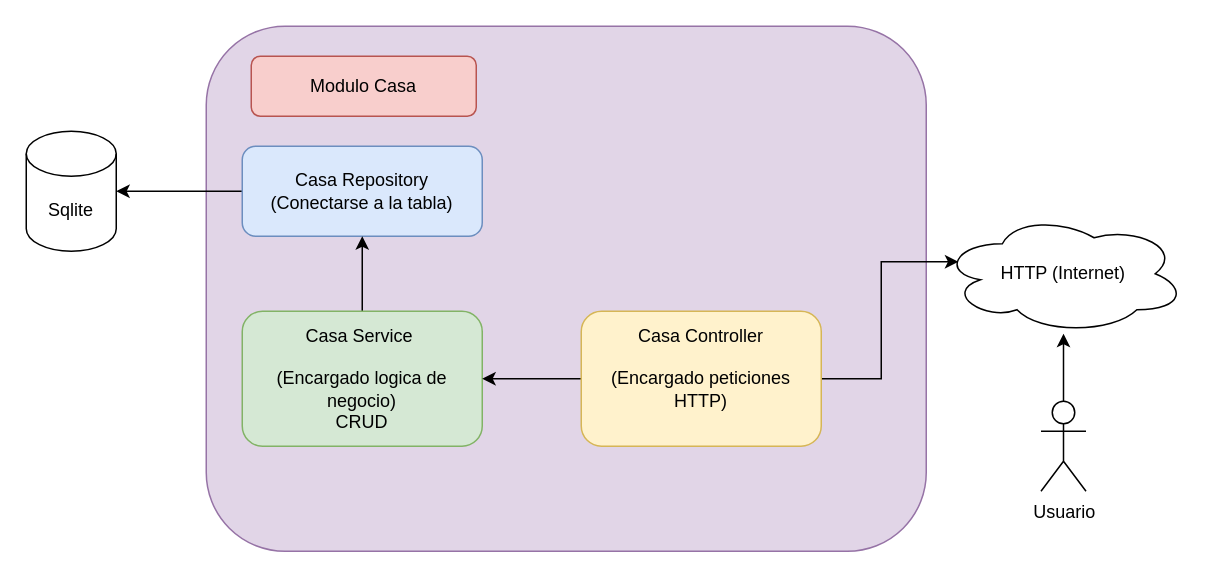
The draw.io diagram page "Página-3" (3 of 3) of web.drawio in 2025A-Web-SW-GR1/webswgr1-eguez-sarzosa-vicente-adrian, before the edit. Source tidied: cells renumbered, new cells numbered last; positions are measured from the earlier drawing's top-left corner, leaving out a move shared by most shapes. Both pictures are drawn from the tidied source at 150%, with x=0, y=0 at pixel (26, 26).
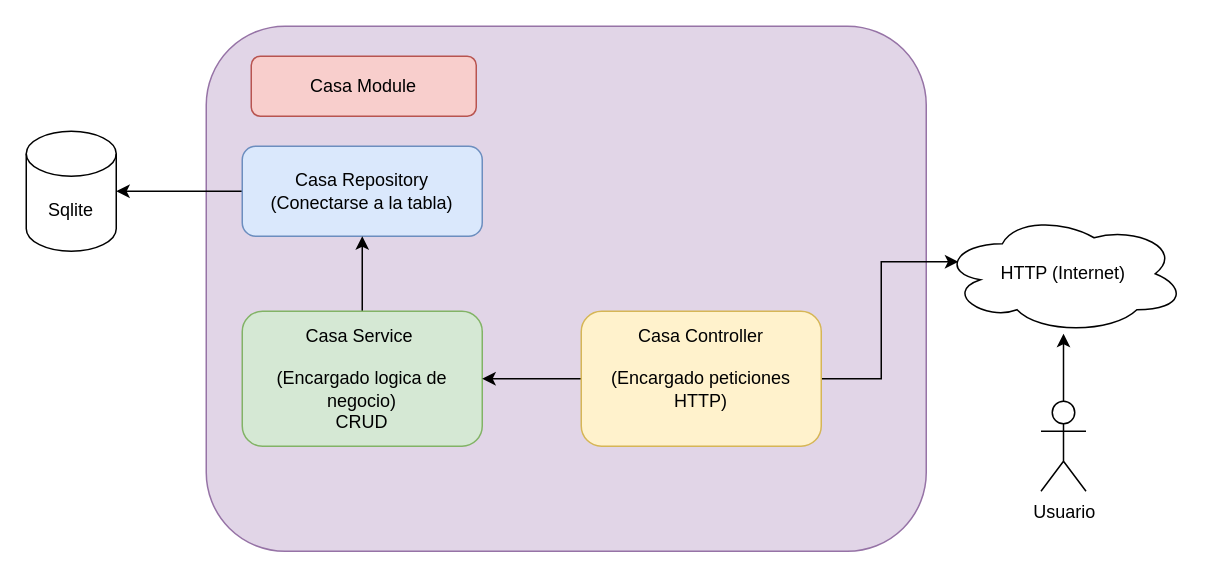
The same diagram, later.

Change to the diagram source:
```diff
@@
 <mxGraphModel>
   <root>
     <mxCell id="0" />
     <mxCell id="1" parent="0" />
     <mxCell id="2" style="rounded=1;whiteSpace=wrap;html=1;fillColor=#e1d5e7;strokeColor=#9673a6;" parent="1" vertex="1">
       <mxGeometry x="120" width="480" height="350" as="geometry" />
     </mxCell>
     <mxCell id="3" value="Sqlite" style="shape=cylinder3;whiteSpace=wrap;html=1;boundedLbl=1;backgroundOutline=1;size=15;" parent="1" vertex="1">
       <mxGeometry y="70" width="60" height="80" as="geometry" />
     </mxCell>
     <mxCell id="4" style="edgeStyle=orthogonalEdgeStyle;rounded=0;jettySize=auto;html=1;" parent="1" edge="1" source="5" target="3">
       <mxGeometry relative="1" as="geometry" />
     </mxCell>
     <mxCell id="5" value="Casa Repository&lt;br&gt;(Conectarse a la tabla)" style="rounded=1;whiteSpace=wrap;html=1;fillColor=#dae8fc;strokeColor=#6c8ebf;" parent="1" vertex="1">
       <mxGeometry x="144" y="80" width="160" height="60" as="geometry" />
     </mxCell>
     <mxCell id="6" style="edgeStyle=orthogonalEdgeStyle;rounded=0;jettySize=auto;html=1;entryX=0.5;entryY=1;entryDx=0;entryDy=0;" parent="1" edge="1" source="7" target="5">
       <mxGeometry relative="1" as="geometry" />
     </mxCell>
     <mxCell id="7" value="Casa Service&amp;nbsp;&lt;br&gt;&lt;br&gt;(Encargado logica de negocio)&lt;br&gt;CRUD" style="rounded=1;whiteSpace=wrap;html=1;fillColor=#d5e8d4;strokeColor=#82b366;" parent="1" vertex="1">
       <mxGeometry x="144" y="190" width="160" height="90" as="geometry" />
     </mxCell>
     <mxCell id="8" style="edgeStyle=orthogonalEdgeStyle;rounded=0;jettySize=auto;html=1;" parent="1" edge="1" source="10" target="7">
       <mxGeometry relative="1" as="geometry" />
     </mxCell>
     <mxCell id="9" style="edgeStyle=orthogonalEdgeStyle;rounded=0;jettySize=auto;html=1;entryX=0.07;entryY=0.4;entryDx=0;entryDy=0;entryPerimeter=0;" parent="1" edge="1" source="10" target="12">
       <mxGeometry relative="1" as="geometry" />
     </mxCell>
     <mxCell id="10" value="Casa Controller&lt;br&gt;&lt;br&gt;(Encargado peticiones HTTP)&lt;div&gt;&lt;br/&gt;&lt;/div&gt;" style="rounded=1;whiteSpace=wrap;html=1;fillColor=#fff2cc;strokeColor=#d6b656;" parent="1" vertex="1">
       <mxGeometry x="370" y="190" width="160" height="90" as="geometry" />
     </mxCell>
-    <mxCell id="11" value="Modulo Casa" style="rounded=1;whiteSpace=wrap;html=1;fillColor=#f8cecc;strokeColor=#b85450;" parent="1" vertex="1">
+    <mxCell id="11" value="Casa Module" style="rounded=1;whiteSpace=wrap;html=1;fillColor=#f8cecc;strokeColor=#b85450;" parent="1" vertex="1">
       <mxGeometry x="150" y="20" width="150" height="40" as="geometry" />
     </mxCell>
     <mxCell id="12" value="HTTP (Internet)" style="ellipse;shape=cloud;whiteSpace=wrap;html=1;" parent="1" vertex="1">
       <mxGeometry x="610" y="125" width="163" height="80" as="geometry" />
     </mxCell>
     <mxCell id="13" style="edgeStyle=orthogonalEdgeStyle;rounded=0;jettySize=auto;html=1;" parent="1" edge="1" source="14" target="12">
       <mxGeometry relative="1" as="geometry" />
     </mxCell>
     <mxCell id="14" value="Usuario" style="shape=umlActor;verticalLabelPosition=bottom;verticalAlign=top;html=1;outlineConnect=0;" parent="1" vertex="1">
       <mxGeometry x="676.5" y="250" width="30" height="60" as="geometry" />
     </mxCell>
   </root>
 </mxGraphModel>
```
